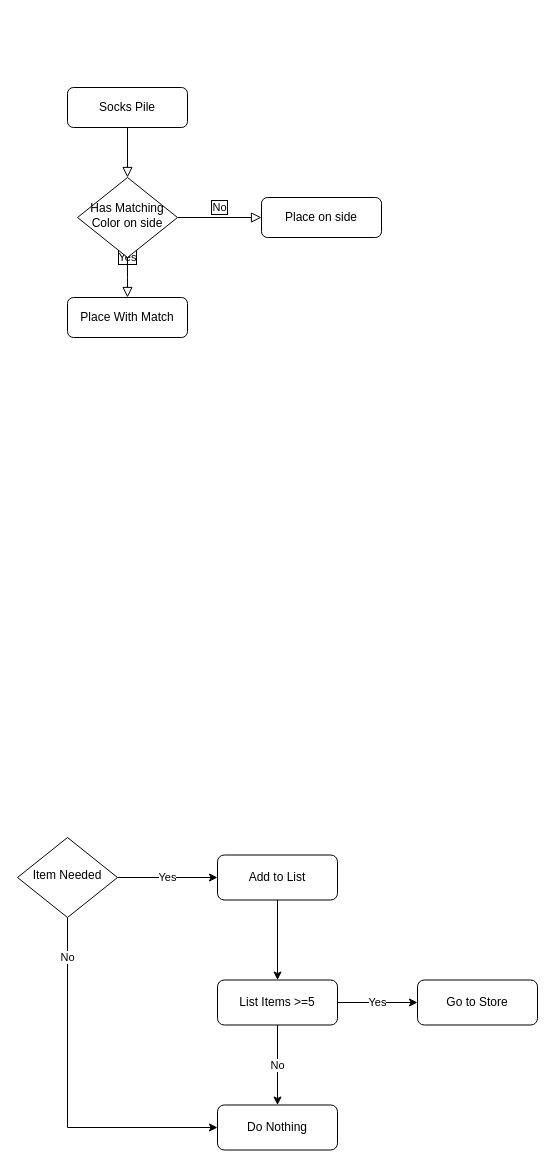
The draw.io diagram page "Socks" (1 of 6) of Comp Prog 12/Socks.drawio in Jchisholm204/JChisholm, before the edit. Source tidied: cells renumbered, new cells numbered last; positions are measured from the earlier drawing's top-left corner, leaving out a move shared by most shapes. Both pictures are drawn from the tidied source at 100%, with x=0, y=0 at pixel (17, 87).
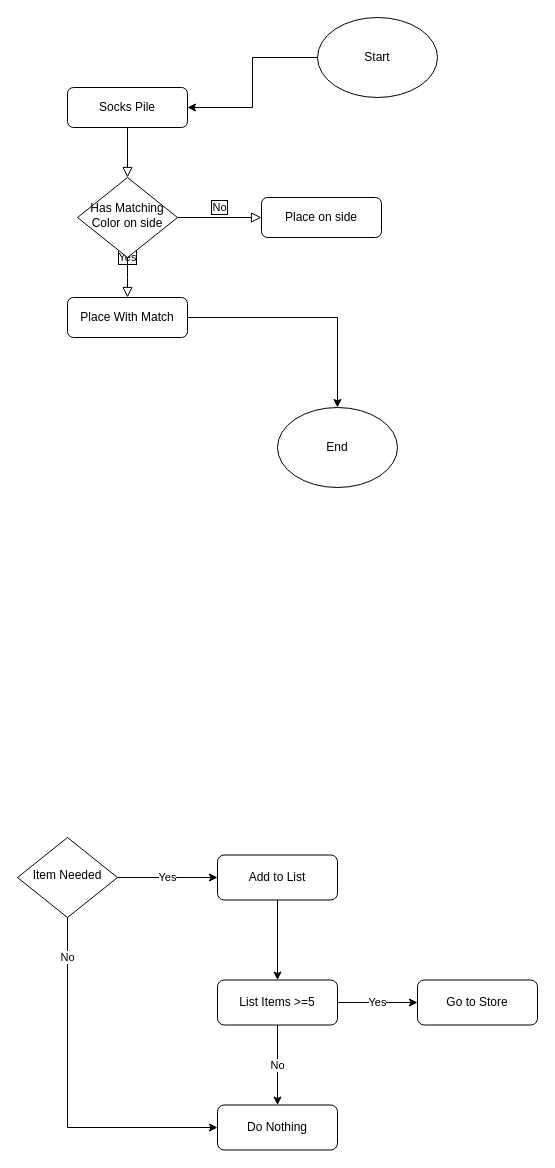
Above is the later version.

Unchanged cells that the change refers to:
```xml
<mxCell id="3" value="Socks Pile" style="rounded=1;whiteSpace=wrap;html=1;fontSize=12;glass=0;strokeWidth=1;shadow=0;" parent="1" vertex="1">
  <mxGeometry x="50" width="120" height="40" as="geometry" />
</mxCell>
<mxCell id="7" value="Place With Match" style="rounded=1;whiteSpace=wrap;html=1;fontSize=12;glass=0;strokeWidth=1;shadow=0;" parent="1" vertex="1">
  <mxGeometry x="50" y="210" width="120" height="40" as="geometry" />
</mxCell>
```

The edit, as a diff of the source:
```diff
@@
+    <mxCell id="19" style="edgeStyle=orthogonalEdgeStyle;rounded=0;jettySize=auto;html=1;exitX=1;exitY=0.5;exitDx=0;exitDy=0;entryX=0.5;entryY=0;entryDx=0;entryDy=0;fontColor=#000000;" parent="1" edge="1" source="7" target="22">
+      <mxGeometry relative="1" as="geometry" />
+    </mxCell>
@@
+    <mxCell id="20" style="edgeStyle=orthogonalEdgeStyle;rounded=0;jettySize=auto;html=1;exitX=0;exitY=0.5;exitDx=0;exitDy=0;entryX=1;entryY=0.5;entryDx=0;entryDy=0;fontColor=#000000;" parent="1" edge="1" source="21" target="3">
+      <mxGeometry relative="1" as="geometry" />
+    </mxCell>
+    <mxCell id="21" value="Start" style="ellipse;whiteSpace=wrap;html=1;fontColor=#000000;" parent="1" vertex="1">
+      <mxGeometry x="300" y="-70" width="120" height="80" as="geometry" />
+    </mxCell>
+    <mxCell id="22" value="End" style="ellipse;whiteSpace=wrap;html=1;fontColor=#000000;" parent="1" vertex="1">
+      <mxGeometry x="260" y="320" width="120" height="80" as="geometry" />
+    </mxCell>
```
